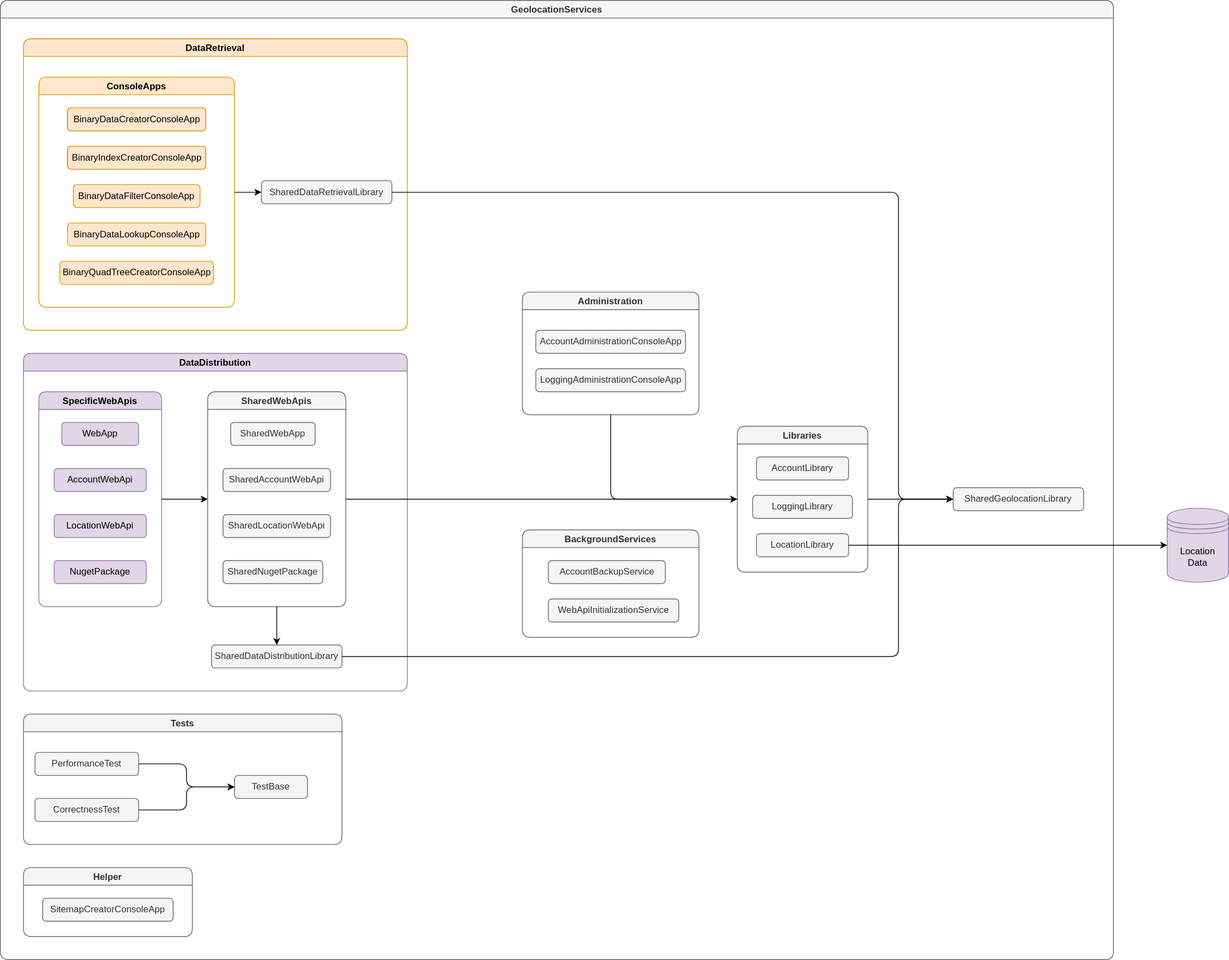
Before: _images/architecture-component-diagram.drawio.svg, a diagram exported from draw.io (gartenkralle/geolocation-services-doc). Source tidied: cells renumbered, new cells last; positions are measured from the earlier drawing's top-left corner, leaving out a move shared by most shapes. The source it was exported from:
```xml
<mxGraphModel>
  <root>
    <mxCell id="0" />
    <mxCell id="1" parent="0" />
    <mxCell id="2" value="GeolocationServices" style="swimlane;fillColor=#f5f5f5;strokeColor=#666666;shadow=0;flipH=0;flipV=0;rounded=1;swimlaneLine=1;fontColor=#333333;" parent="1" vertex="1">
      <mxGeometry width="1450" height="1250" as="geometry" />
    </mxCell>
    <mxCell id="3" value="DataRetrieval" style="swimlane;fillColor=#ffe6cc;strokeColor=#d79b00;rounded=1;swimlaneFillColor=none;" parent="2" vertex="1">
      <mxGeometry x="30" y="50" width="500" height="380" as="geometry" />
    </mxCell>
    <mxCell id="4" value="ConsoleApps" style="swimlane;fillColor=#ffe6cc;strokeColor=#d79b00;rounded=1;" parent="3" vertex="1">
      <mxGeometry x="20" y="50" width="255" height="300" as="geometry" />
    </mxCell>
    <mxCell id="5" value="BinaryDataCreatorConsoleApp" style="whiteSpace=wrap;html=1;fillColor=#FFF0F8;strokeColor=#36393d;glass=0;rounded=1;" parent="4" vertex="1">
      <mxGeometry x="37.5" y="40" width="180" height="30" as="geometry" />
    </mxCell>
    <mxCell id="6" value="BinaryIndexCreatorConsoleApp" style="whiteSpace=wrap;html=1;fillColor=#FFF0F8;strokeColor=#36393d;glass=0;rounded=1;" parent="4" vertex="1">
      <mxGeometry x="37.5" y="90" width="180" height="30" as="geometry" />
    </mxCell>
    <mxCell id="7" value="BinaryDataLookupConsoleApp" style="whiteSpace=wrap;html=1;fillColor=#ffe6cc;strokeColor=#d79b00;glass=0;rounded=1;" parent="4" vertex="1">
      <mxGeometry x="37.5" y="190" width="180" height="30" as="geometry" />
    </mxCell>
    <mxCell id="8" value="BinaryQuadTreeCreatorConsoleApp" style="whiteSpace=wrap;html=1;fillColor=#ffe6cc;strokeColor=#d79b00;glass=0;rounded=1;" parent="4" vertex="1">
      <mxGeometry x="27.5" y="240" width="200" height="30" as="geometry" />
    </mxCell>
    <mxCell id="9" value="BinaryDataCreatorConsoleApp" style="whiteSpace=wrap;html=1;fillColor=#ffe6cc;strokeColor=#d79b00;glass=0;rounded=1;" parent="4" vertex="1">
      <mxGeometry x="37.5" y="40" width="180" height="30" as="geometry" />
    </mxCell>
    <mxCell id="10" value="BinaryIndexCreatorConsoleApp" style="whiteSpace=wrap;html=1;fillColor=#ffe6cc;strokeColor=#d79b00;glass=0;rounded=1;" parent="4" vertex="1">
      <mxGeometry x="37.5" y="90" width="180" height="30" as="geometry" />
    </mxCell>
    <mxCell id="11" value="BinaryDataFilterConsoleApp" style="whiteSpace=wrap;html=1;fillColor=#ffe6cc;strokeColor=#d79b00;glass=0;rounded=1;" parent="4" vertex="1">
      <mxGeometry x="45" y="140" width="165" height="30" as="geometry" />
    </mxCell>
    <mxCell id="12" value="SharedDataRetrievalLibrary" style="whiteSpace=wrap;html=1;fillColor=#f5f5f5;strokeColor=#666666;rounded=1;fillOpacity=100;fontColor=#333333;" parent="3" vertex="1">
      <mxGeometry x="310" y="185" width="170" height="30" as="geometry" />
    </mxCell>
    <mxCell id="13" style="endArrow=classic;html=1;exitX=1;exitY=0.5;exitDx=0;exitDy=0;entryX=0;entryY=0.5;entryDx=0;entryDy=0;" parent="3" edge="1" source="4" target="12">
      <mxGeometry relative="1" as="geometry" />
    </mxCell>
    <mxCell id="14" value="DataDistribution" style="swimlane;fillColor=#e1d5e7;strokeColor=#9673a6;rounded=1;" parent="2" vertex="1">
      <mxGeometry x="30" y="460" width="500" height="440" as="geometry" />
    </mxCell>
    <mxCell id="15" value="SharedDataDistributionLibrary" style="whiteSpace=wrap;html=1;fillColor=#f5f5f5;strokeColor=#666666;rounded=1;fillOpacity=100;fontColor=#333333;" parent="14" vertex="1">
      <mxGeometry x="245" y="380" width="170" height="30" as="geometry" />
    </mxCell>
    <mxCell id="16" value="SpecificWebApis" style="swimlane;fillColor=#e1d5e7;strokeColor=#9673a6;startSize=23;rounded=1;" parent="14" vertex="1">
      <mxGeometry x="20" y="50" width="160" height="280" as="geometry" />
    </mxCell>
    <mxCell id="17" value="WebApp" style="whiteSpace=wrap;html=1;fillColor=#e1d5e7;strokeColor=#9673a6;rounded=1;" parent="16" vertex="1">
      <mxGeometry x="30" y="40" width="100" height="30" as="geometry" />
    </mxCell>
    <mxCell id="18" value="LocationWebApi" style="whiteSpace=wrap;html=1;fillColor=#e1d5e7;strokeColor=#9673a6;rounded=1;" parent="16" vertex="1">
      <mxGeometry x="20" y="160" width="120" height="30" as="geometry" />
    </mxCell>
    <mxCell id="19" value="NugetPackage" style="whiteSpace=wrap;html=1;fillColor=#e1d5e7;strokeColor=#9673a6;rounded=1;" parent="16" vertex="1">
      <mxGeometry x="20" y="220" width="120" height="30" as="geometry" />
    </mxCell>
    <mxCell id="20" value="AccountWebApi" style="whiteSpace=wrap;html=1;fillColor=#e1d5e7;strokeColor=#9673a6;rounded=1;" parent="16" vertex="1">
      <mxGeometry x="20" y="100" width="120" height="30" as="geometry" />
    </mxCell>
    <mxCell id="21" value="SharedWebApis" style="swimlane;fillColor=#f5f5f5;strokeColor=#666666;fontColor=#333333;startSize=23;rounded=1;" parent="14" vertex="1">
      <mxGeometry x="240" y="50" width="180" height="280" as="geometry" />
    </mxCell>
    <mxCell id="22" value="SharedWebApp" style="whiteSpace=wrap;html=1;fillColor=#f5f5f5;strokeColor=#666666;rounded=1;fontColor=#333333;" parent="21" vertex="1">
      <mxGeometry x="30" y="40" width="110" height="30" as="geometry" />
    </mxCell>
    <mxCell id="23" value="SharedLocationWebApi" style="whiteSpace=wrap;html=1;fillColor=#f5f5f5;strokeColor=#666666;rounded=1;fontColor=#333333;" parent="21" vertex="1">
      <mxGeometry x="20" y="160" width="140" height="30" as="geometry" />
    </mxCell>
    <mxCell id="24" value="SharedNugetPackage" style="whiteSpace=wrap;html=1;fillColor=#f5f5f5;strokeColor=#666666;rounded=1;fontColor=#333333;" parent="21" vertex="1">
      <mxGeometry x="20" y="220" width="130" height="30" as="geometry" />
    </mxCell>
    <mxCell id="25" value="SharedAccountWebApi" style="whiteSpace=wrap;html=1;fillColor=#f5f5f5;strokeColor=#666666;rounded=1;fontColor=#333333;" parent="21" vertex="1">
      <mxGeometry x="20" y="100" width="140" height="30" as="geometry" />
    </mxCell>
    <mxCell id="26" style="endArrow=classic;html=1;rounded=0;exitX=0.5;exitY=1;exitDx=0;exitDy=0;entryX=0.5;entryY=0;entryDx=0;entryDy=0;" parent="14" edge="1" source="21" target="15">
      <mxGeometry relative="1" as="geometry" />
    </mxCell>
    <mxCell id="27" style="endArrow=classic;html=1;rounded=0;exitX=1;exitY=0.5;exitDx=0;exitDy=0;entryX=0;entryY=0.5;entryDx=0;entryDy=0;" parent="14" edge="1" source="16" target="21">
      <mxGeometry relative="1" as="geometry" />
    </mxCell>
    <mxCell id="28" value="BackgroundServices" style="swimlane;fillColor=#f5f5f5;strokeColor=#666666;rounded=1;fontColor=#333333;" parent="2" vertex="1">
      <mxGeometry x="680" y="690" width="230" height="140" as="geometry" />
    </mxCell>
    <mxCell id="29" value="WebApiInitializationService" style="whiteSpace=wrap;html=1;fillColor=#f5f5f5;strokeColor=#666666;rounded=1;fontColor=#333333;" parent="28" vertex="1">
      <mxGeometry x="33.8" y="90" width="170" height="30" as="geometry" />
    </mxCell>
    <mxCell id="30" value="AccountBackupService" style="whiteSpace=wrap;html=1;fillColor=#f5f5f5;strokeColor=#666666;rounded=1;fontColor=#333333;" parent="28" vertex="1">
      <mxGeometry x="33.8" y="40" width="152.5" height="30" as="geometry" />
    </mxCell>
    <mxCell id="31" value="Tests" style="swimlane;fillColor=#f5f5f5;strokeColor=#666666;rounded=1;fontColor=#333333;" parent="2" vertex="1">
      <mxGeometry x="30" y="930" width="415" height="170" as="geometry" />
    </mxCell>
    <mxCell id="32" value="TestBase" style="whiteSpace=wrap;html=1;fillColor=#f5f5f5;strokeColor=#666666;rounded=1;fontColor=#333333;" parent="31" vertex="1">
      <mxGeometry x="275" y="80" width="95" height="30" as="geometry" />
    </mxCell>
    <mxCell id="33" value="CorrectnessTest" style="whiteSpace=wrap;html=1;fillColor=#f5f5f5;strokeColor=#666666;rounded=1;fontColor=#333333;" parent="31" vertex="1">
      <mxGeometry x="15" y="110" width="135" height="30" as="geometry" />
    </mxCell>
    <mxCell id="34" value="PerformanceTest" style="whiteSpace=wrap;html=1;fillColor=#f5f5f5;strokeColor=#666666;rounded=1;fontColor=#333333;" parent="31" vertex="1">
      <mxGeometry x="15" y="50" width="135" height="30" as="geometry" />
    </mxCell>
    <mxCell id="35" style="endArrow=classic;html=1;exitX=1;exitY=0.5;exitDx=0;exitDy=0;entryX=0;entryY=0.5;entryDx=0;entryDy=0;edgeStyle=orthogonalEdgeStyle;arcSize=20;fillColor=#d5e8d4;strokeColor=#000000;" parent="31" edge="1" source="34" target="32">
      <mxGeometry relative="1" as="geometry" />
    </mxCell>
    <mxCell id="36" style="endArrow=classic;html=1;exitX=1;exitY=0.5;exitDx=0;exitDy=0;entryX=0;entryY=0.5;entryDx=0;entryDy=0;edgeStyle=orthogonalEdgeStyle;arcSize=20;fillColor=#d5e8d4;strokeColor=#000000;" parent="31" edge="1" source="33" target="32">
      <mxGeometry relative="1" as="geometry" />
    </mxCell>
    <mxCell id="37" value="SharedGeolocationLibrary" style="whiteSpace=wrap;html=1;fillColor=#f5f5f5;strokeColor=#666666;rounded=1;fontColor=#333333;" parent="2" vertex="1">
      <mxGeometry x="1241.2" y="635" width="170" height="30" as="geometry" />
    </mxCell>
    <mxCell id="38" value="Libraries" style="swimlane;fillColor=#f5f5f5;strokeColor=#666666;rounded=1;fontColor=#333333;" parent="2" vertex="1">
      <mxGeometry x="960" y="555" width="170" height="190" as="geometry" />
    </mxCell>
    <mxCell id="39" value="AccountLibrary" style="whiteSpace=wrap;html=1;fillColor=#f5f5f5;strokeColor=#666666;rounded=1;fontColor=#333333;" parent="38" vertex="1">
      <mxGeometry x="25" y="40" width="120" height="30" as="geometry" />
    </mxCell>
    <mxCell id="40" value="LocationLibrary" style="whiteSpace=wrap;html=1;fillColor=#f5f5f5;strokeColor=#666666;rounded=1;fontColor=#333333;" parent="38" vertex="1">
      <mxGeometry x="25" y="140" width="120" height="30" as="geometry" />
    </mxCell>
    <mxCell id="41" value="LoggingLibrary" style="whiteSpace=wrap;html=1;fillColor=#f5f5f5;strokeColor=#666666;rounded=1;fontColor=#333333;" parent="38" vertex="1">
      <mxGeometry x="20" y="90" width="130" height="30" as="geometry" />
    </mxCell>
    <mxCell id="42" style="endArrow=classic;html=1;rounded=1;exitX=1;exitY=0.5;exitDx=0;exitDy=0;entryX=0;entryY=0.5;entryDx=0;entryDy=0;edgeStyle=orthogonalEdgeStyle;" parent="2" edge="1" source="38" target="37">
      <mxGeometry relative="1" as="geometry">
        <Array as="points">
          <mxPoint x="1200" y="650" />
          <mxPoint x="1200" y="650" />
        </Array>
      </mxGeometry>
    </mxCell>
    <mxCell id="43" value="Administration" style="swimlane;rounded=1;fillColor=#f5f5f5;fontColor=#333333;strokeColor=#666666;" parent="2" vertex="1">
      <mxGeometry x="680" y="380" width="230" height="160" as="geometry" />
    </mxCell>
    <mxCell id="44" value="AccountAdministrationConsoleApp" style="whiteSpace=wrap;html=1;fillColor=#f5f5f5;strokeColor=#666666;rounded=1;fontColor=#333333;" parent="43" vertex="1">
      <mxGeometry x="17.5" y="50" width="195" height="30" as="geometry" />
    </mxCell>
    <mxCell id="45" value="LoggingAdministrationConsoleApp" style="whiteSpace=wrap;html=1;fillColor=#f5f5f5;strokeColor=#666666;rounded=1;fontColor=#333333;" parent="43" vertex="1">
      <mxGeometry x="17.5" y="100" width="195" height="30" as="geometry" />
    </mxCell>
    <mxCell id="46" style="endArrow=classic;html=1;rounded=1;exitX=0.5;exitY=1;exitDx=0;exitDy=0;entryX=0;entryY=0.5;entryDx=0;entryDy=0;edgeStyle=orthogonalEdgeStyle;" parent="2" edge="1" source="43" target="38">
      <mxGeometry relative="1" as="geometry">
        <Array as="points">
          <mxPoint x="795" y="650" />
        </Array>
      </mxGeometry>
    </mxCell>
    <mxCell id="47" style="endArrow=classic;html=1;exitX=1;exitY=0.5;exitDx=0;exitDy=0;entryX=0;entryY=0.5;entryDx=0;entryDy=0;edgeStyle=orthogonalEdgeStyle;arcSize=20;fillColor=#d5e8d4;strokeColor=#000000;" parent="2" edge="1" source="12" target="37">
      <mxGeometry relative="1" as="geometry">
        <Array as="points">
          <mxPoint x="1170" y="250" />
          <mxPoint x="1170" y="650" />
        </Array>
      </mxGeometry>
    </mxCell>
    <mxCell id="48" style="endArrow=classic;html=1;rounded=1;entryX=0;entryY=0.5;entryDx=0;entryDy=0;edgeStyle=orthogonalEdgeStyle;exitX=1;exitY=0.5;exitDx=0;exitDy=0;" parent="2" edge="1" source="21" target="38">
      <mxGeometry relative="1" as="geometry">
        <Array as="points">
          <mxPoint x="710" y="650" />
          <mxPoint x="710" y="650" />
        </Array>
      </mxGeometry>
    </mxCell>
    <mxCell id="49" value="Helper" style="swimlane;fillColor=#f5f5f5;strokeColor=#666666;rounded=1;fontColor=#333333;" parent="2" vertex="1">
      <mxGeometry x="30" y="1130" width="220" height="90" as="geometry" />
    </mxCell>
    <mxCell id="50" value="SitemapCreatorConsoleApp" style="whiteSpace=wrap;html=1;fillColor=#f5f5f5;strokeColor=#666666;rounded=1;fontColor=#333333;" parent="49" vertex="1">
      <mxGeometry x="25" y="40" width="170" height="30" as="geometry" />
    </mxCell>
    <mxCell id="51" style="endArrow=classic;html=1;rounded=1;exitX=1;exitY=0.5;exitDx=0;exitDy=0;entryX=0;entryY=0.5;entryDx=0;entryDy=0;edgeStyle=orthogonalEdgeStyle;" parent="2" edge="1" source="15" target="37">
      <mxGeometry relative="1" as="geometry">
        <Array as="points">
          <mxPoint x="1170" y="855" />
          <mxPoint x="1170" y="650" />
        </Array>
      </mxGeometry>
    </mxCell>
    <mxCell id="52" value="Location&lt;br&gt;Data" style="shape=datastore;whiteSpace=wrap;html=1;fillColor=#e1d5e7;strokeColor=#9673a6;" parent="1" vertex="1">
      <mxGeometry x="1520" y="661.9" width="80" height="96.2" as="geometry" />
    </mxCell>
    <mxCell id="53" style="endArrow=classic;html=1;rounded=1;exitX=1;exitY=0.5;exitDx=0;exitDy=0;edgeStyle=orthogonalEdgeStyle;entryX=0;entryY=0.5;entryDx=0;entryDy=0;" parent="1" edge="1" source="40" target="52">
      <mxGeometry relative="1" as="geometry" />
    </mxCell>
  </root>
</mxGraphModel>
```
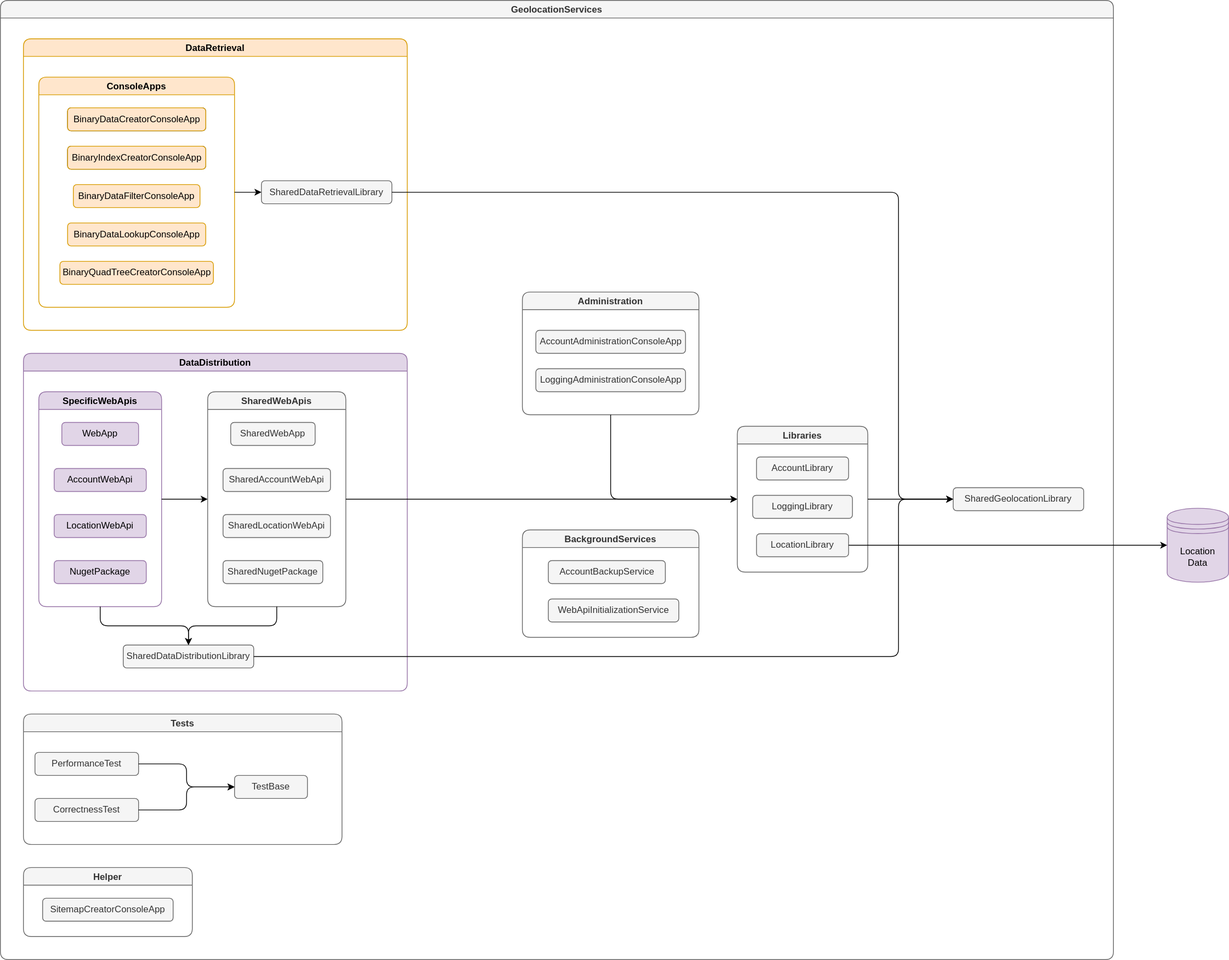
After the change.

Diff of the diagram source:
```diff
@@ -42,7 +42,7 @@
       <mxGeometry x="30" y="460" width="500" height="440" as="geometry" />
     </mxCell>
     <mxCell id="15" value="SharedDataDistributionLibrary" style="whiteSpace=wrap;html=1;fillColor=#f5f5f5;strokeColor=#666666;rounded=1;fillOpacity=100;fontColor=#333333;" parent="14" vertex="1">
-      <mxGeometry x="245" y="380" width="170" height="30" as="geometry" />
+      <mxGeometry x="130" y="380" width="170" height="30" as="geometry" />
     </mxCell>
     <mxCell id="16" value="SpecificWebApis" style="swimlane;fillColor=#e1d5e7;strokeColor=#9673a6;startSize=23;rounded=1;" parent="14" vertex="1">
       <mxGeometry x="20" y="50" width="160" height="280" as="geometry" />
@@ -74,12 +74,15 @@
     <mxCell id="25" value="SharedAccountWebApi" style="whiteSpace=wrap;html=1;fillColor=#f5f5f5;strokeColor=#666666;rounded=1;fontColor=#333333;" parent="21" vertex="1">
       <mxGeometry x="20" y="100" width="140" height="30" as="geometry" />
     </mxCell>
-    <mxCell id="26" style="endArrow=classic;html=1;rounded=0;exitX=0.5;exitY=1;exitDx=0;exitDy=0;entryX=0.5;entryY=0;entryDx=0;entryDy=0;" parent="14" edge="1" source="21" target="15">
+    <mxCell id="26" style="endArrow=classic;html=1;rounded=1;exitX=0.5;exitY=1;exitDx=0;exitDy=0;entryX=0.5;entryY=0;entryDx=0;entryDy=0;edgeStyle=orthogonalEdgeStyle;" parent="14" edge="1" source="21" target="15">
       <mxGeometry relative="1" as="geometry" />
     </mxCell>
     <mxCell id="27" style="endArrow=classic;html=1;rounded=0;exitX=1;exitY=0.5;exitDx=0;exitDy=0;entryX=0;entryY=0.5;entryDx=0;entryDy=0;" parent="14" edge="1" source="16" target="21">
       <mxGeometry relative="1" as="geometry" />
     </mxCell>
+    <mxCell id="54" style="endArrow=classic;html=1;rounded=1;exitX=0.5;exitY=1;exitDx=0;exitDy=0;entryX=0.5;entryY=0;entryDx=0;entryDy=0;edgeStyle=orthogonalEdgeStyle;" parent="14" edge="1" source="16" target="15">
+      <mxGeometry relative="1" as="geometry" />
+    </mxCell>
     <mxCell id="28" value="BackgroundServices" style="swimlane;fillColor=#f5f5f5;strokeColor=#666666;rounded=1;fontColor=#333333;" parent="2" vertex="1">
       <mxGeometry x="680" y="690" width="230" height="140" as="geometry" />
     </mxCell>
```
